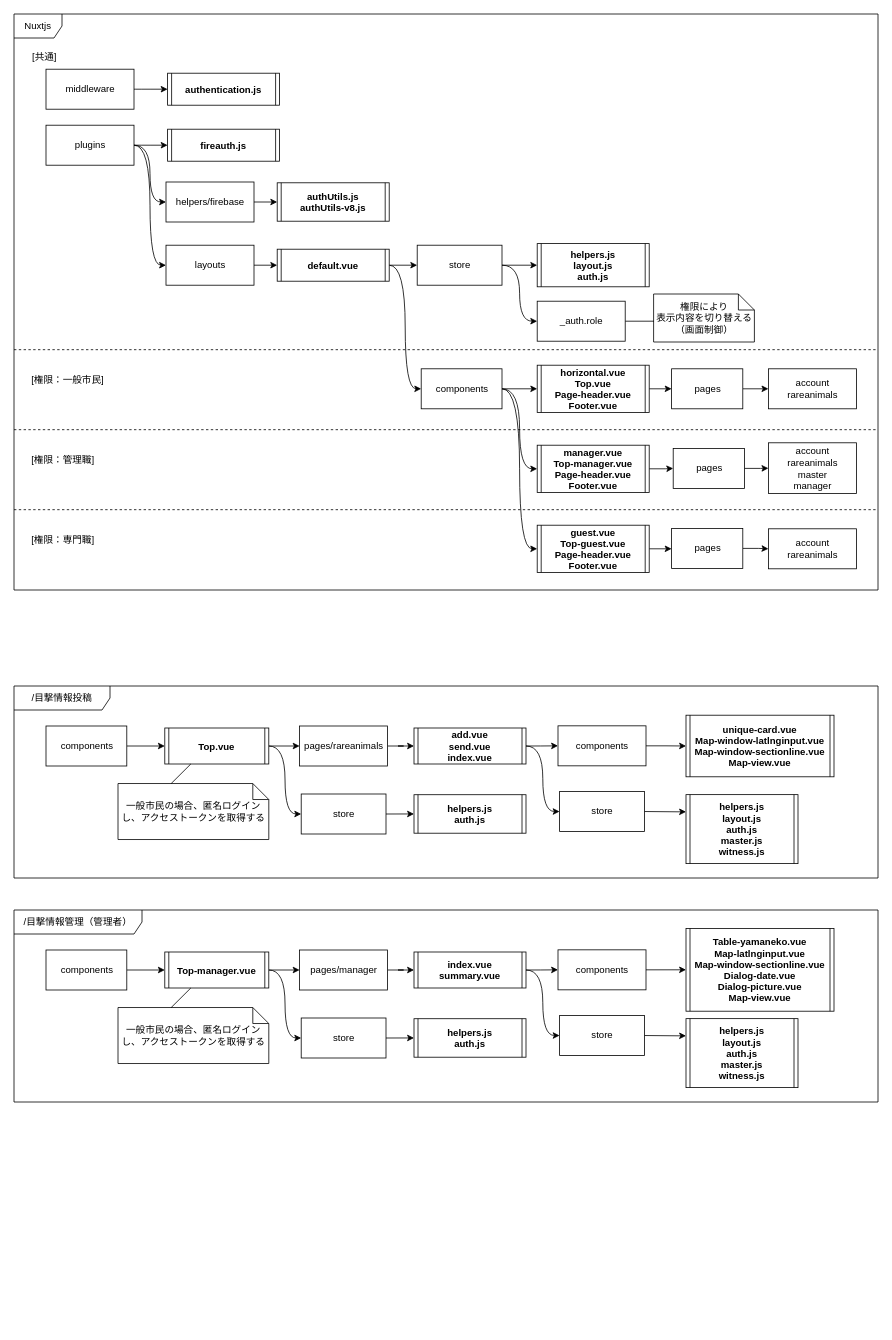
Above: page "ディレクトリ構成" (3 of 6) of Iriomote.drawio in kaoru387/draw.io (draw.io), before the change. Source tidied: cells renumbered, new cells numbered last; positions are measured from the earlier drawing's top-left corner, leaving out a move shared by most shapes. Both pictures are drawn from the tidied source at 80%, with x=0, y=0 at pixel (14, 14).
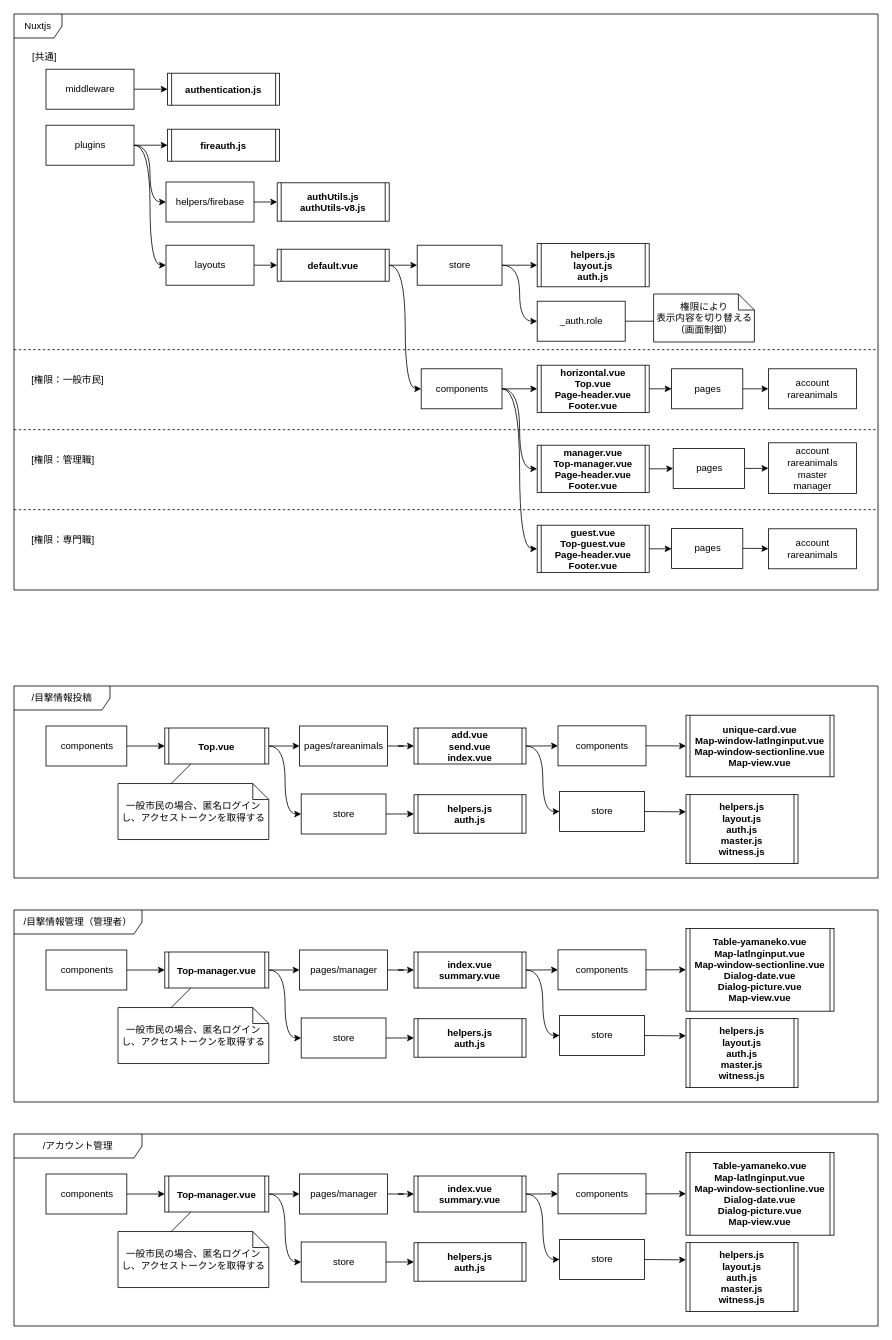
After the change.

Commit message:
Iriomote.drawio を更新します

The edit, as a diff of the source:
```diff
@@
+    <mxCell id="93" value="/アカウント管理" style="shape=umlFrame;whiteSpace=wrap;html=1;width=160;height=30;" parent="1" vertex="1">
+      <mxGeometry y="1400" width="1080" height="240" as="geometry" />
+    </mxCell>
+    <mxCell id="94" style="edgeStyle=orthogonalEdgeStyle;rounded=0;jettySize=auto;html=1;exitX=1;exitY=0.5;exitDx=0;exitDy=0;entryX=0;entryY=0.5;entryDx=0;entryDy=0;" parent="1" edge="1" source="106" target="96">
+      <mxGeometry relative="1" as="geometry" />
+    </mxCell>
+    <mxCell id="95" style="edgeStyle=orthogonalEdgeStyle;rounded=0;jettySize=auto;html=1;exitX=1;exitY=0.5;exitDx=0;exitDy=0;" parent="1" edge="1" source="96" target="99">
+      <mxGeometry relative="1" as="geometry" />
+    </mxCell>
+    <mxCell id="96" value="pages/manager" style="html=1;" parent="1" vertex="1">
+      <mxGeometry x="357" y="1450" width="110" height="50" as="geometry" />
+    </mxCell>
+    <mxCell id="97" style="edgeStyle=orthogonalEdgeStyle;rounded=0;jettySize=auto;html=1;exitX=1;exitY=0.5;exitDx=0;exitDy=0;entryX=0;entryY=0.5;entryDx=0;entryDy=0;curved=1;" parent="1" edge="1" source="99" target="101">
+      <mxGeometry relative="1" as="geometry" />
+    </mxCell>
+    <mxCell id="98" style="edgeStyle=orthogonalEdgeStyle;curved=1;rounded=0;jettySize=auto;html=1;exitX=1;exitY=0.5;exitDx=0;exitDy=0;entryX=0;entryY=0.5;entryDx=0;entryDy=0;" parent="1" edge="1" source="99" target="108">
+      <mxGeometry relative="1" as="geometry" />
+    </mxCell>
+    <mxCell id="99" value="index.vue&#10;summary.vue" style="shape=process2;fixedSize=1;size=5;fontStyle=1;" parent="1" vertex="1">
+      <mxGeometry x="500" y="1452.5" width="140" height="45" as="geometry" />
+    </mxCell>
+    <mxCell id="100" style="edgeStyle=orthogonalEdgeStyle;rounded=0;jettySize=auto;html=1;exitX=1;exitY=0.5;exitDx=0;exitDy=0;entryX=0;entryY=0.5;entryDx=0;entryDy=0;" parent="1" edge="1" source="101" target="102">
+      <mxGeometry relative="1" as="geometry" />
+    </mxCell>
+    <mxCell id="101" value="components" style="html=1;" parent="1" vertex="1">
+      <mxGeometry x="680" y="1449.8" width="110" height="50" as="geometry" />
+    </mxCell>
+    <mxCell id="102" value="Table-yamaneko.vue&#10;Map-latlnginput.vue&#10;Map-window-sectionline.vue&#10;Dialog-date.vue&#10;Dialog-picture.vue&#10;Map-view.vue" style="shape=process2;fixedSize=1;size=5;fontStyle=1;" parent="1" vertex="1">
+      <mxGeometry x="840" y="1423" width="185" height="103.5" as="geometry" />
+    </mxCell>
+    <mxCell id="103" style="edgeStyle=orthogonalEdgeStyle;rounded=0;jettySize=auto;html=1;exitX=1;exitY=0.5;exitDx=0;exitDy=0;entryX=0;entryY=0.5;entryDx=0;entryDy=0;" parent="1" edge="1" source="104" target="106">
+      <mxGeometry relative="1" as="geometry" />
+    </mxCell>
+    <mxCell id="104" value="components" style="html=1;" parent="1" vertex="1">
+      <mxGeometry x="40" y="1450" width="101" height="50" as="geometry" />
+    </mxCell>
+    <mxCell id="105" style="edgeStyle=orthogonalEdgeStyle;curved=1;rounded=0;jettySize=auto;html=1;exitX=1;exitY=0.5;exitDx=0;exitDy=0;entryX=0;entryY=0.5;entryDx=0;entryDy=0;" parent="1" edge="1" source="106" target="111">
+      <mxGeometry relative="1" as="geometry" />
+    </mxCell>
+    <mxCell id="106" value="Top-manager.vue" style="shape=process2;fixedSize=1;size=5;fontStyle=1;" parent="1" vertex="1">
+      <mxGeometry x="188.5" y="1452.5" width="130" height="45" as="geometry" />
+    </mxCell>
+    <mxCell id="107" style="edgeStyle=none;rounded=0;jettySize=auto;html=1;exitX=1;exitY=0.5;exitDx=0;exitDy=0;entryX=0;entryY=0.25;entryDx=0;entryDy=0;" parent="1" edge="1" source="108" target="109">
+      <mxGeometry relative="1" as="geometry" />
+    </mxCell>
+    <mxCell id="108" value="store" style="html=1;" parent="1" vertex="1">
+      <mxGeometry x="682" y="1531.9" width="106" height="50" as="geometry" />
+    </mxCell>
+    <mxCell id="109" value="helpers.js&#10;layout.js&#10;auth.js&#10;master.js&#10;witness.js" style="shape=process2;fixedSize=1;size=5;fontStyle=1;" parent="1" vertex="1">
+      <mxGeometry x="840" y="1535.8" width="140" height="86.2" as="geometry" />
+    </mxCell>
+    <mxCell id="110" style="edgeStyle=none;rounded=0;jettySize=auto;html=1;exitX=1;exitY=0.5;exitDx=0;exitDy=0;entryX=0;entryY=0.5;entryDx=0;entryDy=0;" parent="1" edge="1" source="111" target="112">
+      <mxGeometry relative="1" as="geometry" />
+    </mxCell>
+    <mxCell id="111" value="store" style="html=1;" parent="1" vertex="1">
+      <mxGeometry x="359" y="1535" width="106" height="50" as="geometry" />
+    </mxCell>
+    <mxCell id="112" value="helpers.js&#10;auth.js" style="shape=process2;fixedSize=1;size=5;fontStyle=1;" parent="1" vertex="1">
+      <mxGeometry x="500" y="1535.9" width="140" height="48.1" as="geometry" />
+    </mxCell>
+    <mxCell id="113" value="一般市民の場合、匿名ログインし、アクセストークンを取得する" style="shape=note;size=20;whiteSpace=wrap;html=1;" parent="1" vertex="1">
+      <mxGeometry x="130" y="1521.9" width="188.5" height="70" as="geometry" />
+    </mxCell>
+    <mxCell id="114" style="endArrow=none;html=1;rounded=0;exitX=0.25;exitY=1;exitDx=0;exitDy=0;entryX=0.352;entryY=0.002;entryDx=0;entryDy=0;entryPerimeter=0;" parent="1" edge="1" source="106" target="113">
+      <mxGeometry relative="1" as="geometry" />
+    </mxCell>
```
